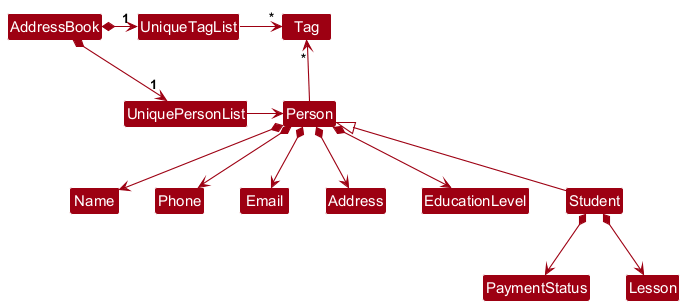
This is docs/images/BetterModelClassDiagram.png from AY2526S1-CS2103T-F09-2/tp, a PlantUML export, as it was before one commit.
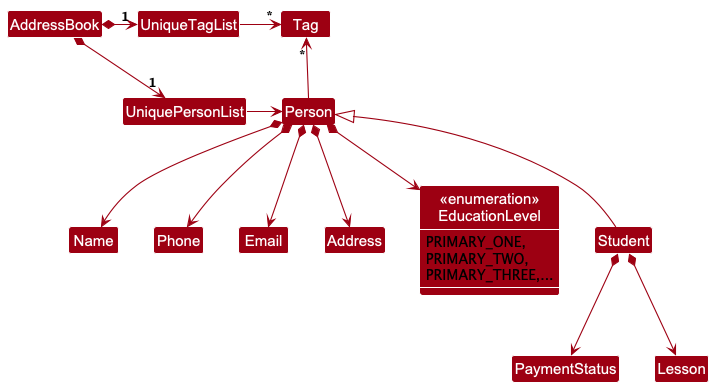
Later version of the same file.

Change to the diagram source:
```diff
@@ -24,17 +24,12 @@
 Student *--> PaymentStatus
 Student *--> Lesson
 
-
-enum EducationLevel {
-	UNKNOWN
-	PRIMARY
-	SECONDARY
-	DIPLOMA
-	BACHELORS
-	MASTERS
-	PHD
-	OTHER
+Class "<<enumeration>>\nEducationLevel" as EducationLevel {
+    PRIMARY_ONE,
+    PRIMARY_TWO,
+	PRIMARY_THREE,...
 }
+show EducationLevel members
 
 class Student {
 	-PaymentStatus paymentStatus
```
